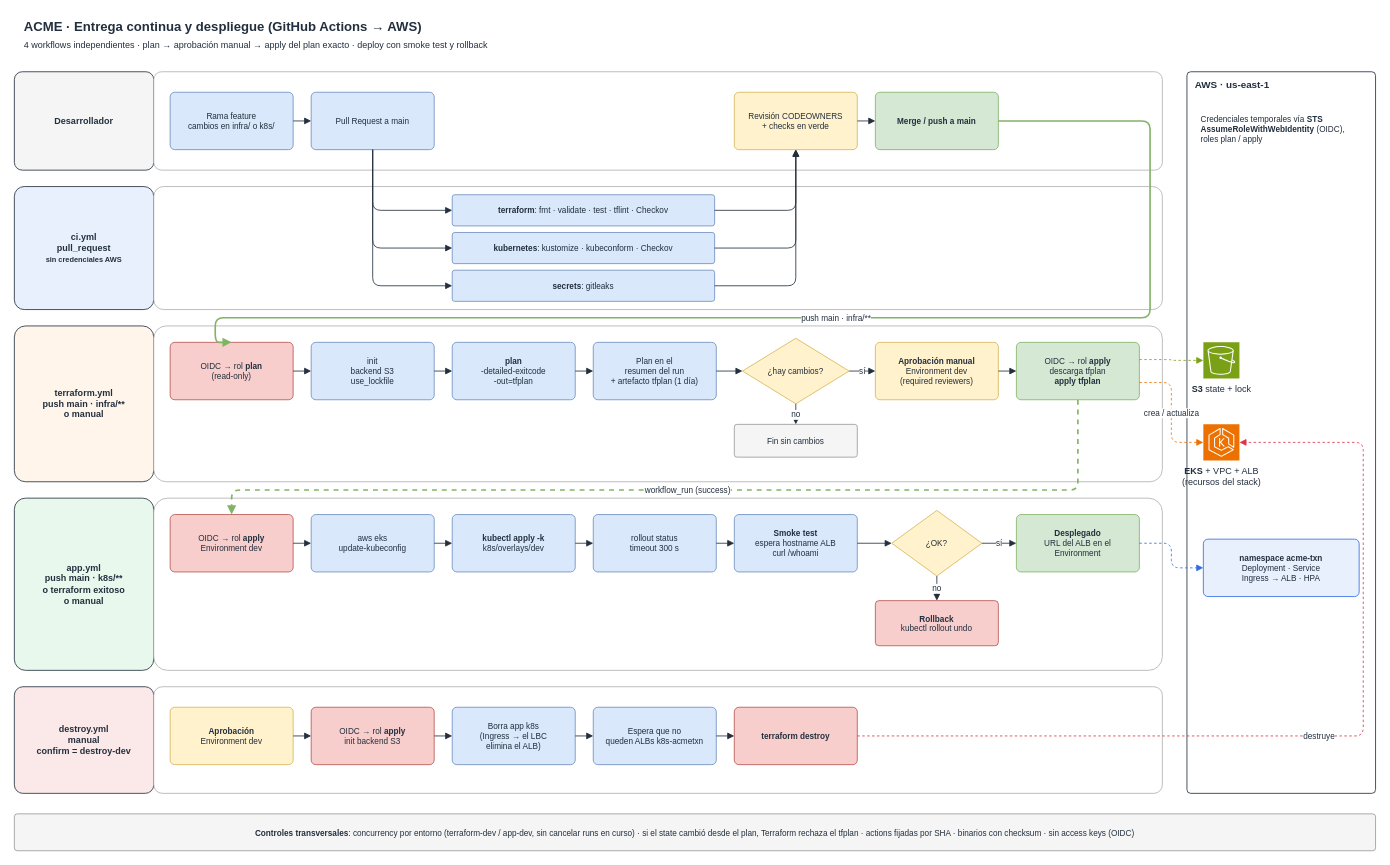
gh0st1608/caleidos-test keeps this draw.io diagram as docs/delivery.drawio. Above is the earlier version. Source tidied: cells renumbered, new cells numbered last; positions are measured from the earlier drawing's top-left corner, leaving out a move shared by most shapes. Both pictures are drawn from the tidied source at 82%, with x=0, y=0 at pixel (14, 14).
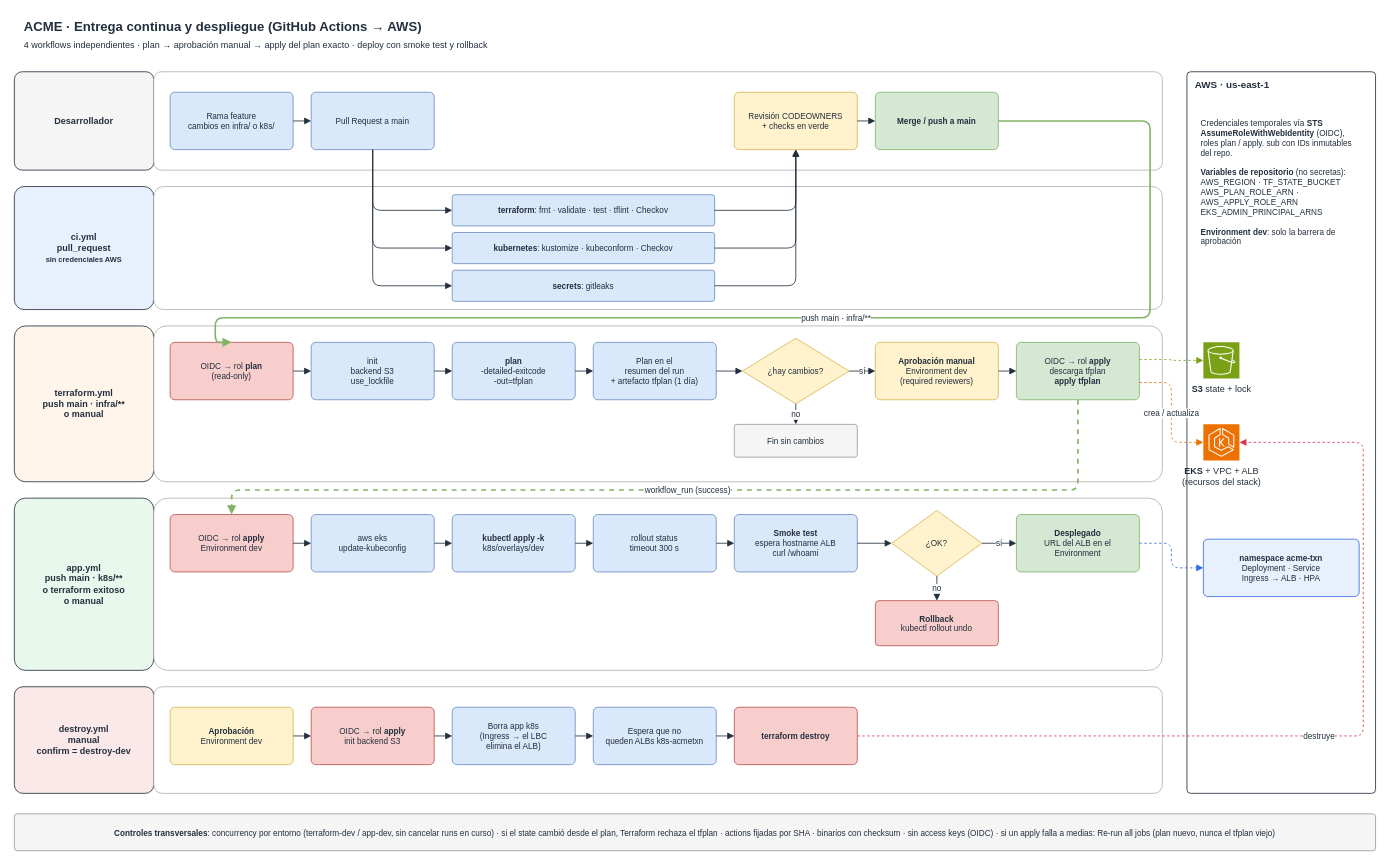
After the change.

Commit message (it also covers changes not shown here):
refactor(docs): actualizar diagramas entrega y seguridad

Change to the diagram source:
```diff
@@
-    <mxCell id="70" value="Credenciales temporales vía &lt;b&gt;STS AssumeRoleWithWebIdentity&lt;/b&gt; (OIDC), roles plan / apply" style="text;html=1;whiteSpace=wrap;align=left;verticalAlign=middle;fontSize=10;fontColor=#232F3E;" parent="1" vertex="1">
-      <mxGeometry x="1445" y="110" width="200" height="60" as="geometry" />
+    <mxCell id="70" value="Credenciales temporales vía &lt;b&gt;STS AssumeRoleWithWebIdentity&lt;/b&gt; (OIDC), roles plan / apply. sub con IDs inmutables del repo.&lt;br&gt;&lt;br&gt;&lt;b&gt;Variables de repositorio&lt;/b&gt; (no secretas):&lt;br&gt;AWS_REGION · TF_STATE_BUCKET&lt;br&gt;AWS_PLAN_ROLE_ARN · AWS_APPLY_ROLE_ARN&lt;br&gt;EKS_ADMIN_PRINCIPAL_ARNS&lt;br&gt;&lt;br&gt;&lt;b&gt;Environment dev&lt;/b&gt;: solo la barrera de aprobación" style="text;html=1;whiteSpace=wrap;align=left;verticalAlign=middle;fontSize=10;fontColor=#232F3E;" parent="1" vertex="1">
+      <mxGeometry x="1445" y="110" width="200" height="190" as="geometry" />
     </mxCell>
@@
-    <mxCell id="78" value="&lt;b&gt;Controles transversales&lt;/b&gt;: concurrency por entorno (terraform-dev / app-dev, sin cancelar runs en curso) · si el state cambió desde el plan, Terraform rechaza el tfplan · actions fijadas por SHA · binarios con checksum · sin access keys (OIDC)" style="rounded=1;whiteSpace=wrap;html=1;fillColor=#F5F5F5;strokeColor=#999999;fontColor=#232F3E;dashed=0;fontSize=10;align=center;verticalAlign=middle;arcSize=8;spacingLeft=6;spacingRight=6;fontStyle=0;" parent="1" vertex="1">
+    <mxCell id="78" value="&lt;b&gt;Controles transversales&lt;/b&gt;: concurrency por entorno (terraform-dev / app-dev, sin cancelar runs en curso) · si el state cambió desde el plan, Terraform rechaza el tfplan · actions fijadas por SHA · binarios con checksum · sin access keys (OIDC) · si un apply falla a medias: Re-run all jobs (plan nuevo, nunca el tfplan viejo)" style="rounded=1;whiteSpace=wrap;html=1;fillColor=#F5F5F5;strokeColor=#999999;fontColor=#232F3E;dashed=0;fontSize=10;align=center;verticalAlign=middle;arcSize=8;spacingLeft=6;spacingRight=6;fontStyle=0;" parent="1" vertex="1">
       <mxGeometry y="975" width="1660" height="45" as="geometry" />
     </mxCell>
```
